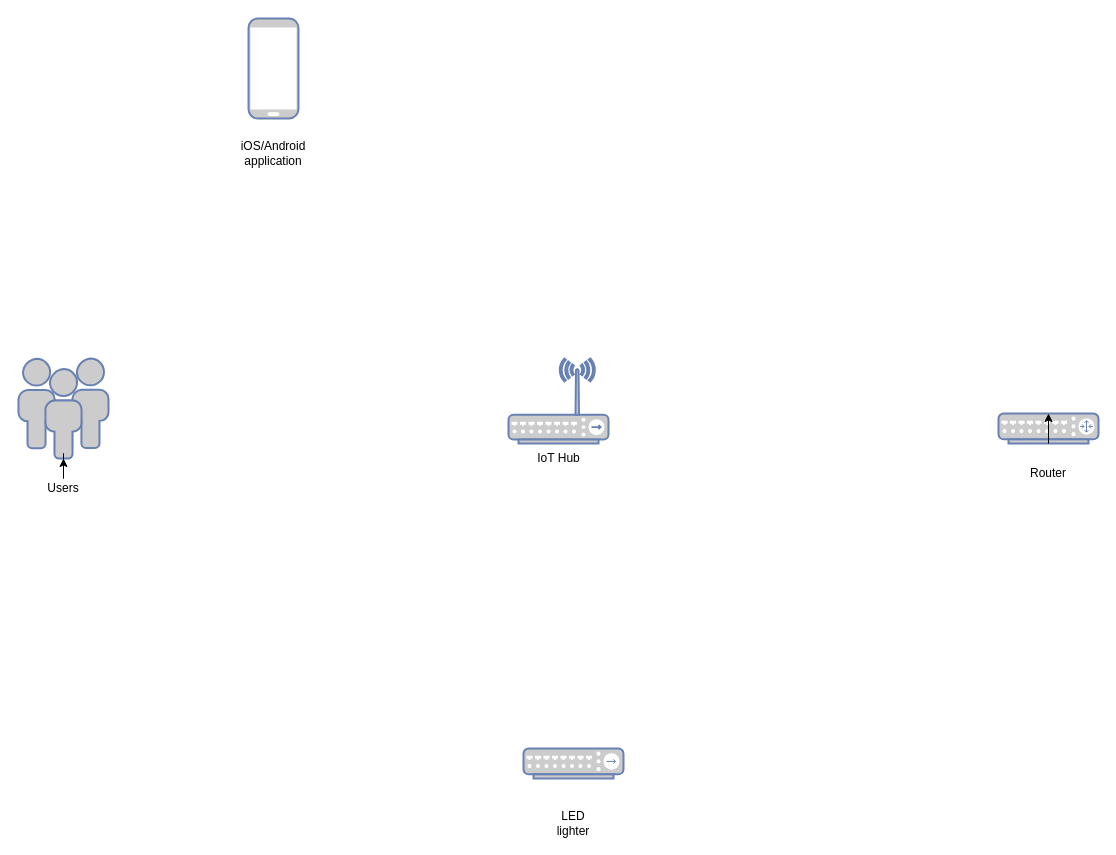
Before: test1.drawio in gyfsuv/testThreadmodeling, a draw.io diagram. Source tidied: cells renumbered, new cells numbered last; positions are measured from the earlier drawing's top-left corner, leaving out a move shared by most shapes. Both pictures are drawn from the tidied source at 100%, with x=0, y=0 at pixel (18, 18).
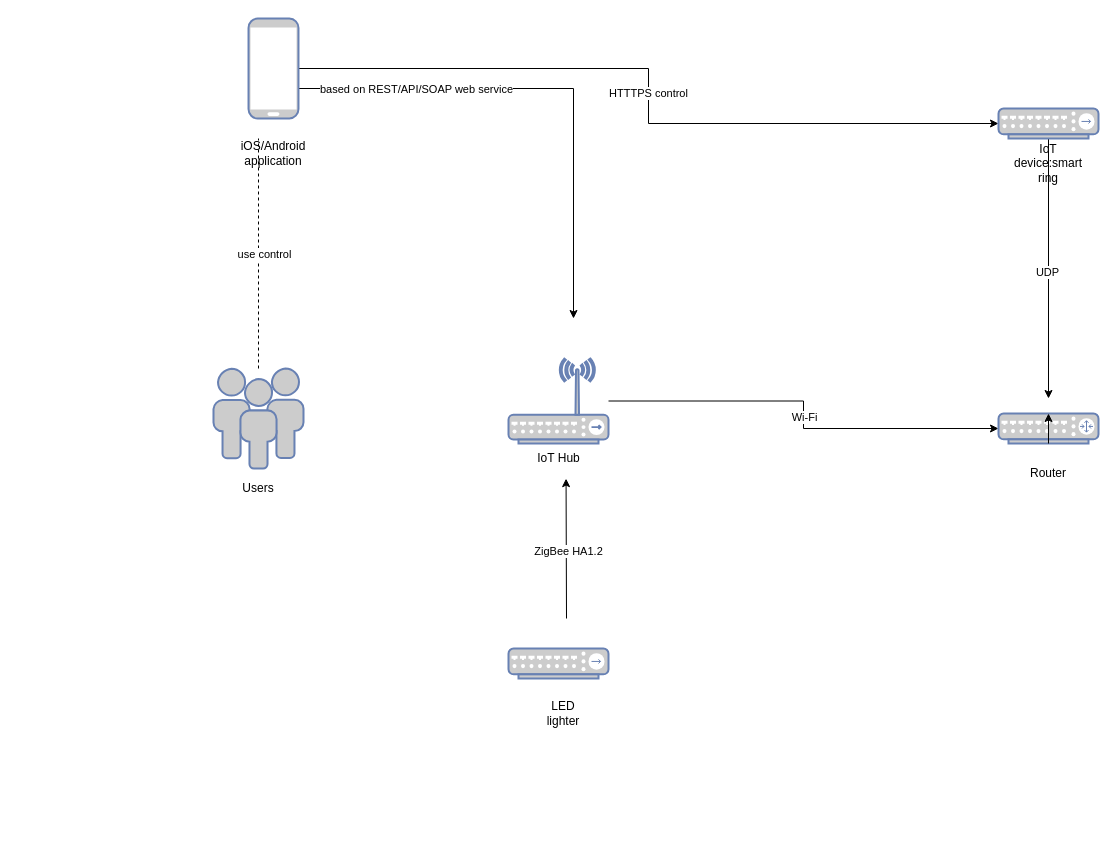
After the change.

Unchanged cells that the change refers to:
```xml
<mxCell id="2" style="fontColor=#0066CC;verticalAlign=top;verticalLabelPosition=bottom;labelPosition=center;align=center;html=1;outlineConnect=0;fillColor=#CCCCCC;strokeColor=#6881B3;gradientColor=none;gradientDirection=north;strokeWidth=2;shape=mxgraph.networks.wireless_hub;" parent="1" vertex="1">
  <mxGeometry x="490" y="340" width="100" height="85" as="geometry" />
</mxCell>
<mxCell id="3" value="IoT Hub" style="text;html=1;align=center;verticalAlign=middle;points=[];strokeColor=none;fillColor=none;" parent="1" vertex="1">
  <mxGeometry x="505" y="425" width="70" height="30" as="geometry" />
</mxCell>
<mxCell id="9" style="fontColor=#0066CC;verticalAlign=top;verticalLabelPosition=bottom;labelPosition=center;align=center;html=1;outlineConnect=0;fillColor=#CCCCCC;strokeColor=#6881B3;gradientColor=none;gradientDirection=north;strokeWidth=2;shape=mxgraph.networks.router;" parent="1" vertex="1">
  <mxGeometry x="980" y="395" width="100" height="30" as="geometry" />
</mxCell>
<mxCell id="12" style="fontColor=#0066CC;verticalAlign=top;verticalLabelPosition=bottom;labelPosition=center;align=center;html=1;outlineConnect=0;fillColor=#CCCCCC;strokeColor=#6881B3;gradientColor=none;gradientDirection=north;strokeWidth=2;shape=mxgraph.networks.mobile;" parent="1" vertex="1">
  <mxGeometry x="230" width="50" height="100" as="geometry" />
</mxCell>
<mxCell id="13" value="iOS/Android application" style="text;html=1;strokeColor=none;fillColor=none;align=center;verticalAlign=middle;whiteSpace=wrap;rounded=0;" parent="1" vertex="1">
  <mxGeometry x="225" y="120" width="60" height="30" as="geometry" />
</mxCell>
```

The edit, as a diff of the source:
```diff
@@
+    <mxCell id="14" style="edgeStyle=orthogonalEdgeStyle;rounded=0;jettySize=auto;html=1;entryX=0;entryY=0.5;entryDx=0;entryDy=0;entryPerimeter=0;" parent="1" edge="1" source="2" target="9">
+      <mxGeometry relative="1" as="geometry">
+        <Array as="points">
+          <mxPoint x="785" y="382" />
+          <mxPoint x="785" y="410" />
+        </Array>
+      </mxGeometry>
+    </mxCell>
+    <mxCell id="15" value="Wi-Fi" style="edgeLabel;html=1;align=center;verticalAlign=middle;" parent="14" vertex="1">
+      <mxGeometry x="0.01" relative="1" as="geometry" />
+    </mxCell>
@@
     <mxCell id="4" style="fontColor=#0066CC;verticalAlign=top;verticalLabelPosition=bottom;labelPosition=center;align=center;html=1;outlineConnect=0;fillColor=#CCCCCC;strokeColor=#6881B3;gradientColor=none;gradientDirection=north;strokeWidth=2;shape=mxgraph.networks.users;" parent="1" vertex="1">
-      <mxGeometry y="340" width="90" height="100" as="geometry" />
+      <mxGeometry x="195" y="350" width="90" height="100" as="geometry" />
     </mxCell>
-    <mxCell id="5" style="edgeStyle=orthogonalEdgeStyle;rounded=0;jettySize=auto;html=1;" parent="1" edge="1" source="6" target="4">
-      <mxGeometry relative="1" as="geometry" />
-    </mxCell>
     <mxCell id="6" value="Users" style="text;html=1;strokeColor=none;fillColor=none;align=center;verticalAlign=middle;whiteSpace=wrap;rounded=0;" parent="1" vertex="1">
-      <mxGeometry x="15" y="455" width="60" height="30" as="geometry" />
+      <mxGeometry x="210" y="455" width="60" height="30" as="geometry" />
     </mxCell>
     <mxCell id="7" style="fontColor=#0066CC;verticalAlign=top;verticalLabelPosition=bottom;labelPosition=center;align=center;html=1;fillColor=#CCCCCC;strokeColor=#6881B3;gradientColor=none;gradientDirection=north;strokeWidth=2;shape=mxgraph.networks.hub;" parent="1" vertex="1">
-      <mxGeometry x="505" y="730" width="100" height="30" as="geometry" />
+      <mxGeometry x="490" y="630" width="100" height="30" as="geometry" />
     </mxCell>
     <mxCell id="8" value="LED lighter" style="text;html=1;strokeColor=none;fillColor=none;align=center;verticalAlign=middle;whiteSpace=wrap;rounded=0;" parent="1" vertex="1">
-      <mxGeometry x="525" y="790" width="60" height="30" as="geometry" />
+      <mxGeometry x="515" y="680" width="60" height="30" as="geometry" />
     </mxCell>
@@
+    <mxCell id="16" style="edgeStyle=orthogonalEdgeStyle;rounded=0;orthogonalLoop=1;jettySize=auto;html=1;" parent="1" edge="1">
+      <mxGeometry relative="1" as="geometry">
+        <mxPoint x="270" y="60" as="sourcePoint" />
+        <mxPoint x="555" y="300" as="targetPoint" />
+        <Array as="points">
+          <mxPoint x="270" y="70" />
+          <mxPoint x="555" y="70" />
+        </Array>
+      </mxGeometry>
+    </mxCell>
+    <mxCell id="17" value="based on REST/API/SOAP web service" style="edgeLabel;html=1;align=center;verticalAlign=middle;" parent="16" vertex="1">
+      <mxGeometry x="-0.48" relative="1" as="geometry" />
+    </mxCell>
+    <mxCell id="18" style="edgeStyle=orthogonalEdgeStyle;rounded=0;jettySize=auto;html=1;" parent="1" edge="1" source="12" target="22">
+      <mxGeometry relative="1" as="geometry" />
+    </mxCell>
+    <mxCell id="19" value="HTTTPS control" style="edgeLabel;html=1;align=center;verticalAlign=middle;" parent="18" vertex="1">
+      <mxGeometry x="-0.01" y="-1" relative="1" as="geometry" />
+    </mxCell>
@@
+    <mxCell id="20" style="edgeStyle=orthogonalEdgeStyle;rounded=0;jettySize=auto;html=1;" parent="1" edge="1" source="22">
+      <mxGeometry relative="1" as="geometry">
+        <mxPoint x="1030" y="380" as="targetPoint" />
+      </mxGeometry>
+    </mxCell>
+    <mxCell id="21" value="UDP" style="edgeLabel;html=1;align=center;verticalAlign=middle;" parent="20" vertex="1">
+      <mxGeometry x="0.04" y="-2" relative="1" as="geometry">
+        <mxPoint y="-1" as="offset" />
+      </mxGeometry>
+    </mxCell>
+    <mxCell id="22" style="fontColor=#0066CC;verticalAlign=top;verticalLabelPosition=bottom;labelPosition=center;align=center;html=1;outlineConnect=0;fillColor=#CCCCCC;strokeColor=#6881B3;gradientColor=none;gradientDirection=north;strokeWidth=2;shape=mxgraph.networks.hub;" parent="1" vertex="1">
+      <mxGeometry x="980" y="90" width="100" height="30" as="geometry" />
+    </mxCell>
+    <mxCell id="23" value="IoT device:smart ring" style="text;html=1;strokeColor=none;fillColor=none;align=center;verticalAlign=middle;whiteSpace=wrap;rounded=0;" parent="1" vertex="1">
+      <mxGeometry x="1000" y="130" width="60" height="30" as="geometry" />
+    </mxCell>
+    <mxCell id="24" style="endArrow=classic;html=1;rounded=0;entryX=0.608;entryY=1.171;entryDx=0;entryDy=0;entryPerimeter=0;" parent="1" edge="1" target="3">
+      <mxGeometry relative="1" as="geometry">
+        <mxPoint x="548" y="600" as="sourcePoint" />
+      </mxGeometry>
+    </mxCell>
+    <mxCell id="25" value="ZigBee HA1.2" style="edgeLabel;html=1;align=center;verticalAlign=middle;" parent="24" vertex="1">
+      <mxGeometry x="-0.04" y="-2" relative="1" as="geometry" />
+    </mxCell>
+    <mxCell id="26" style="endArrow=none;dashed=1;html=1;rounded=0;entryX=0.25;entryY=0;entryDx=0;entryDy=0;" parent="1" edge="1" source="4" target="13">
+      <mxGeometry relative="1" as="geometry" />
+    </mxCell>
+    <mxCell id="27" value="use control" style="edgeLabel;html=1;align=center;verticalAlign=middle;" parent="26" vertex="1">
+      <mxGeometry x="-0.01" y="-5" relative="1" as="geometry">
+        <mxPoint y="-1" as="offset" />
+      </mxGeometry>
+    </mxCell>
```
